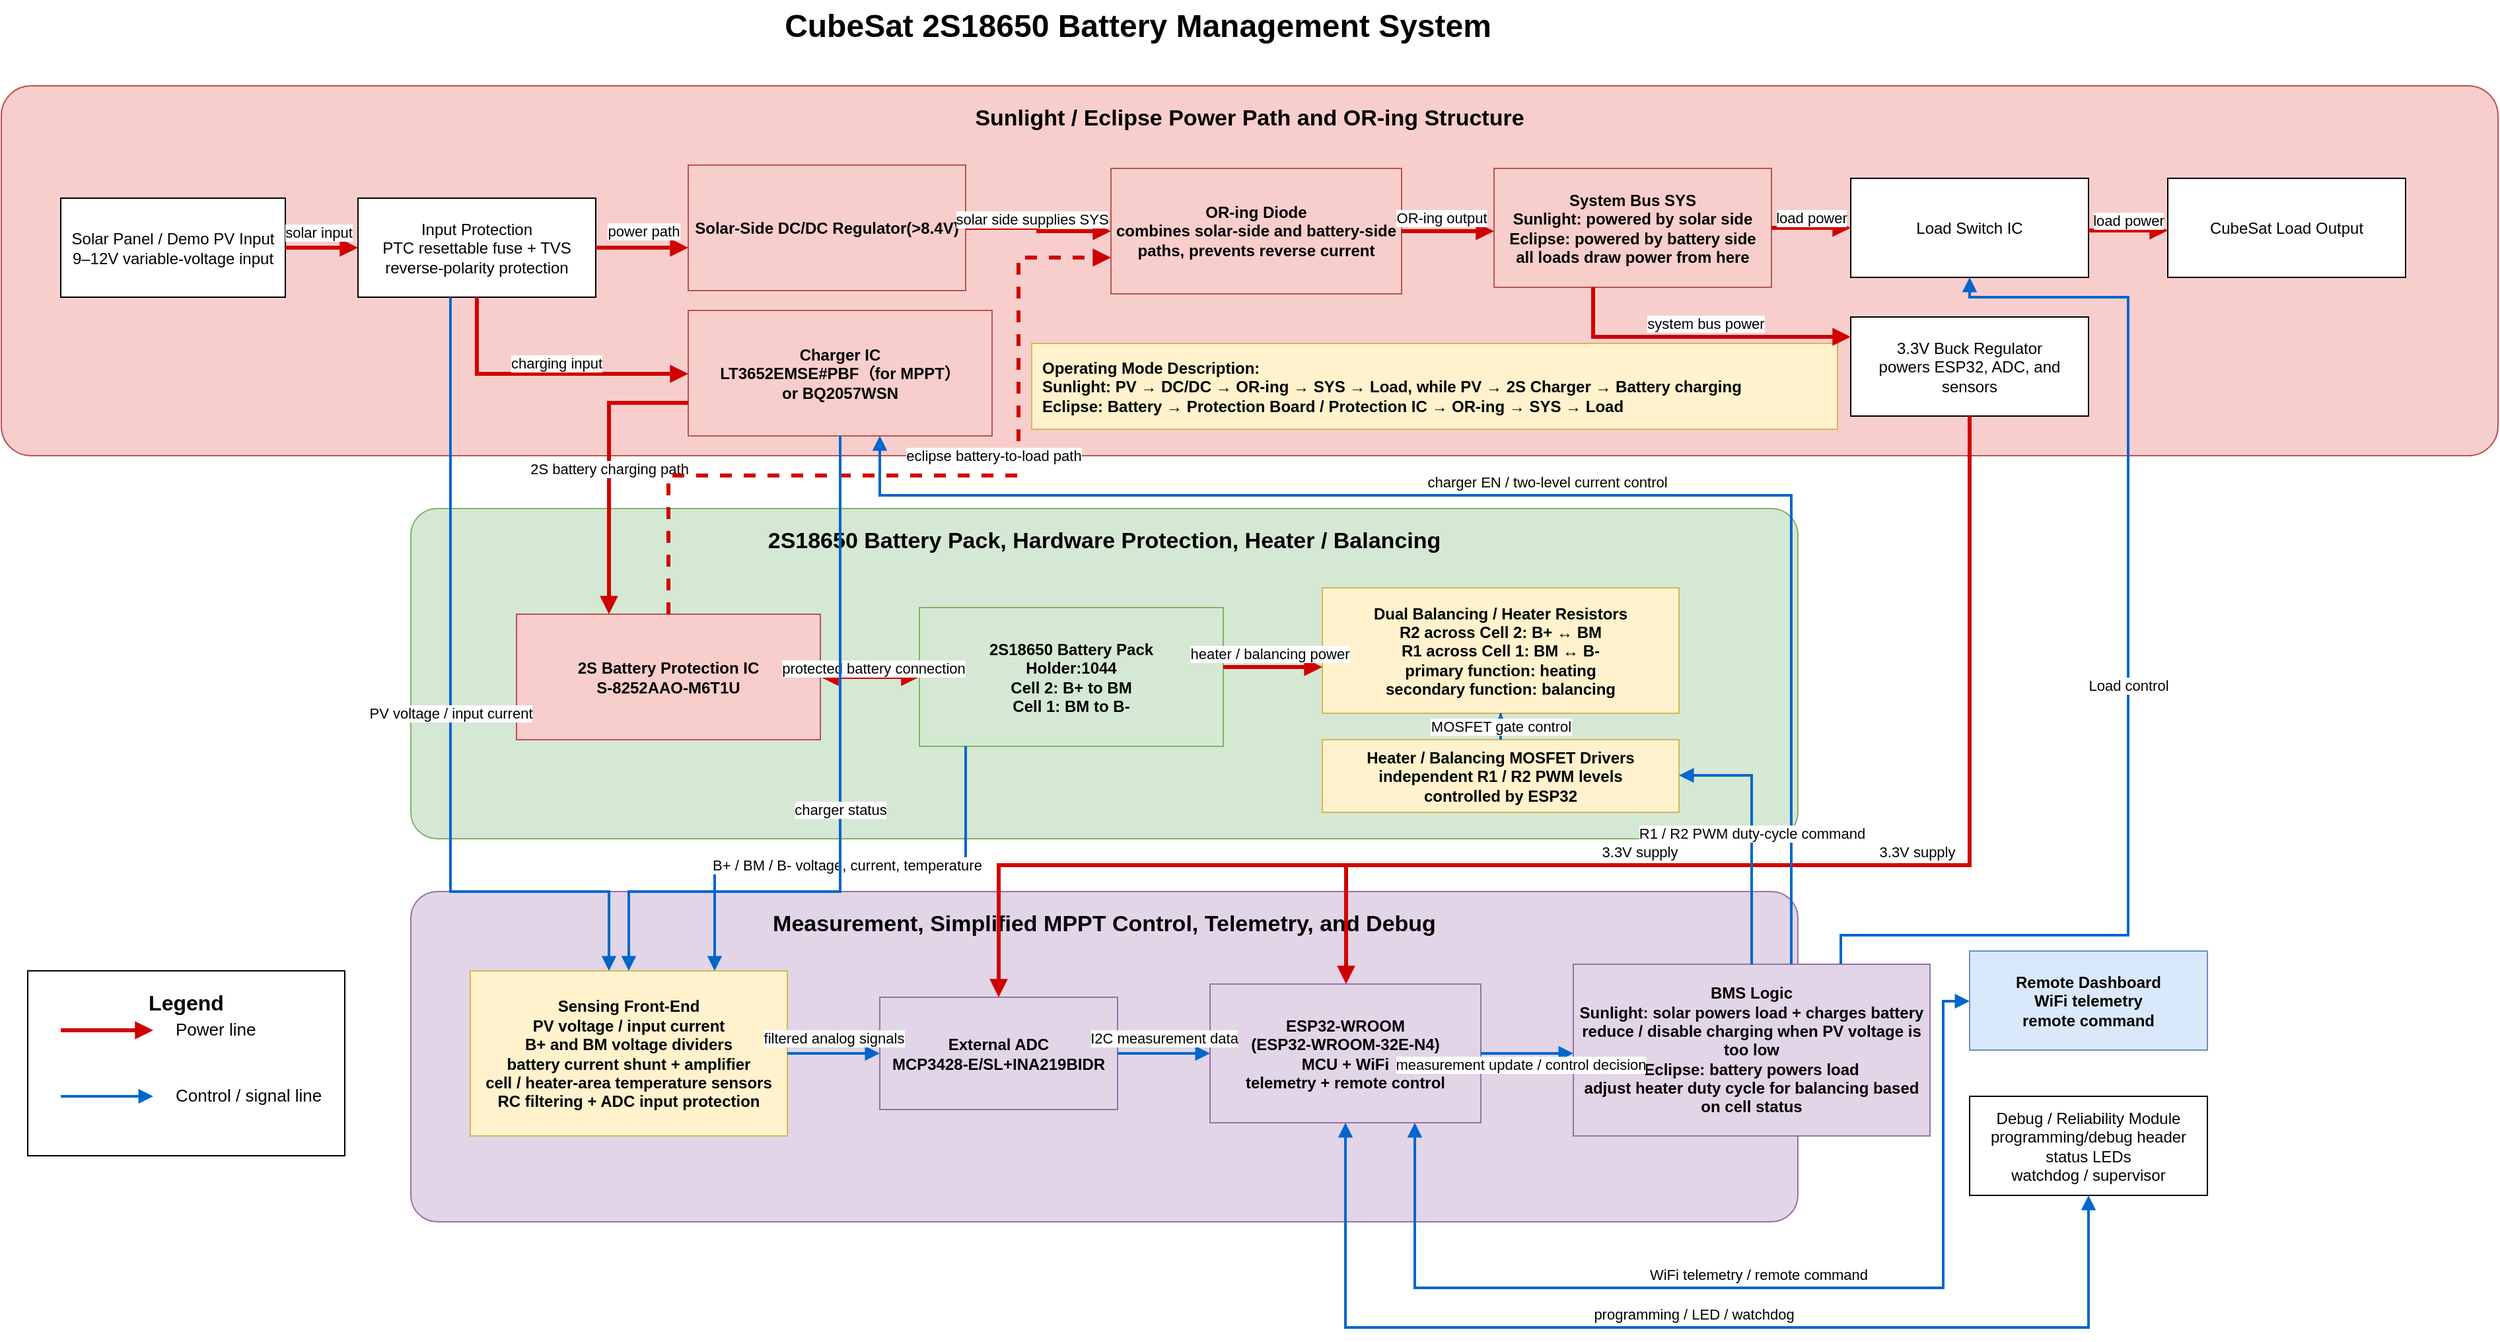
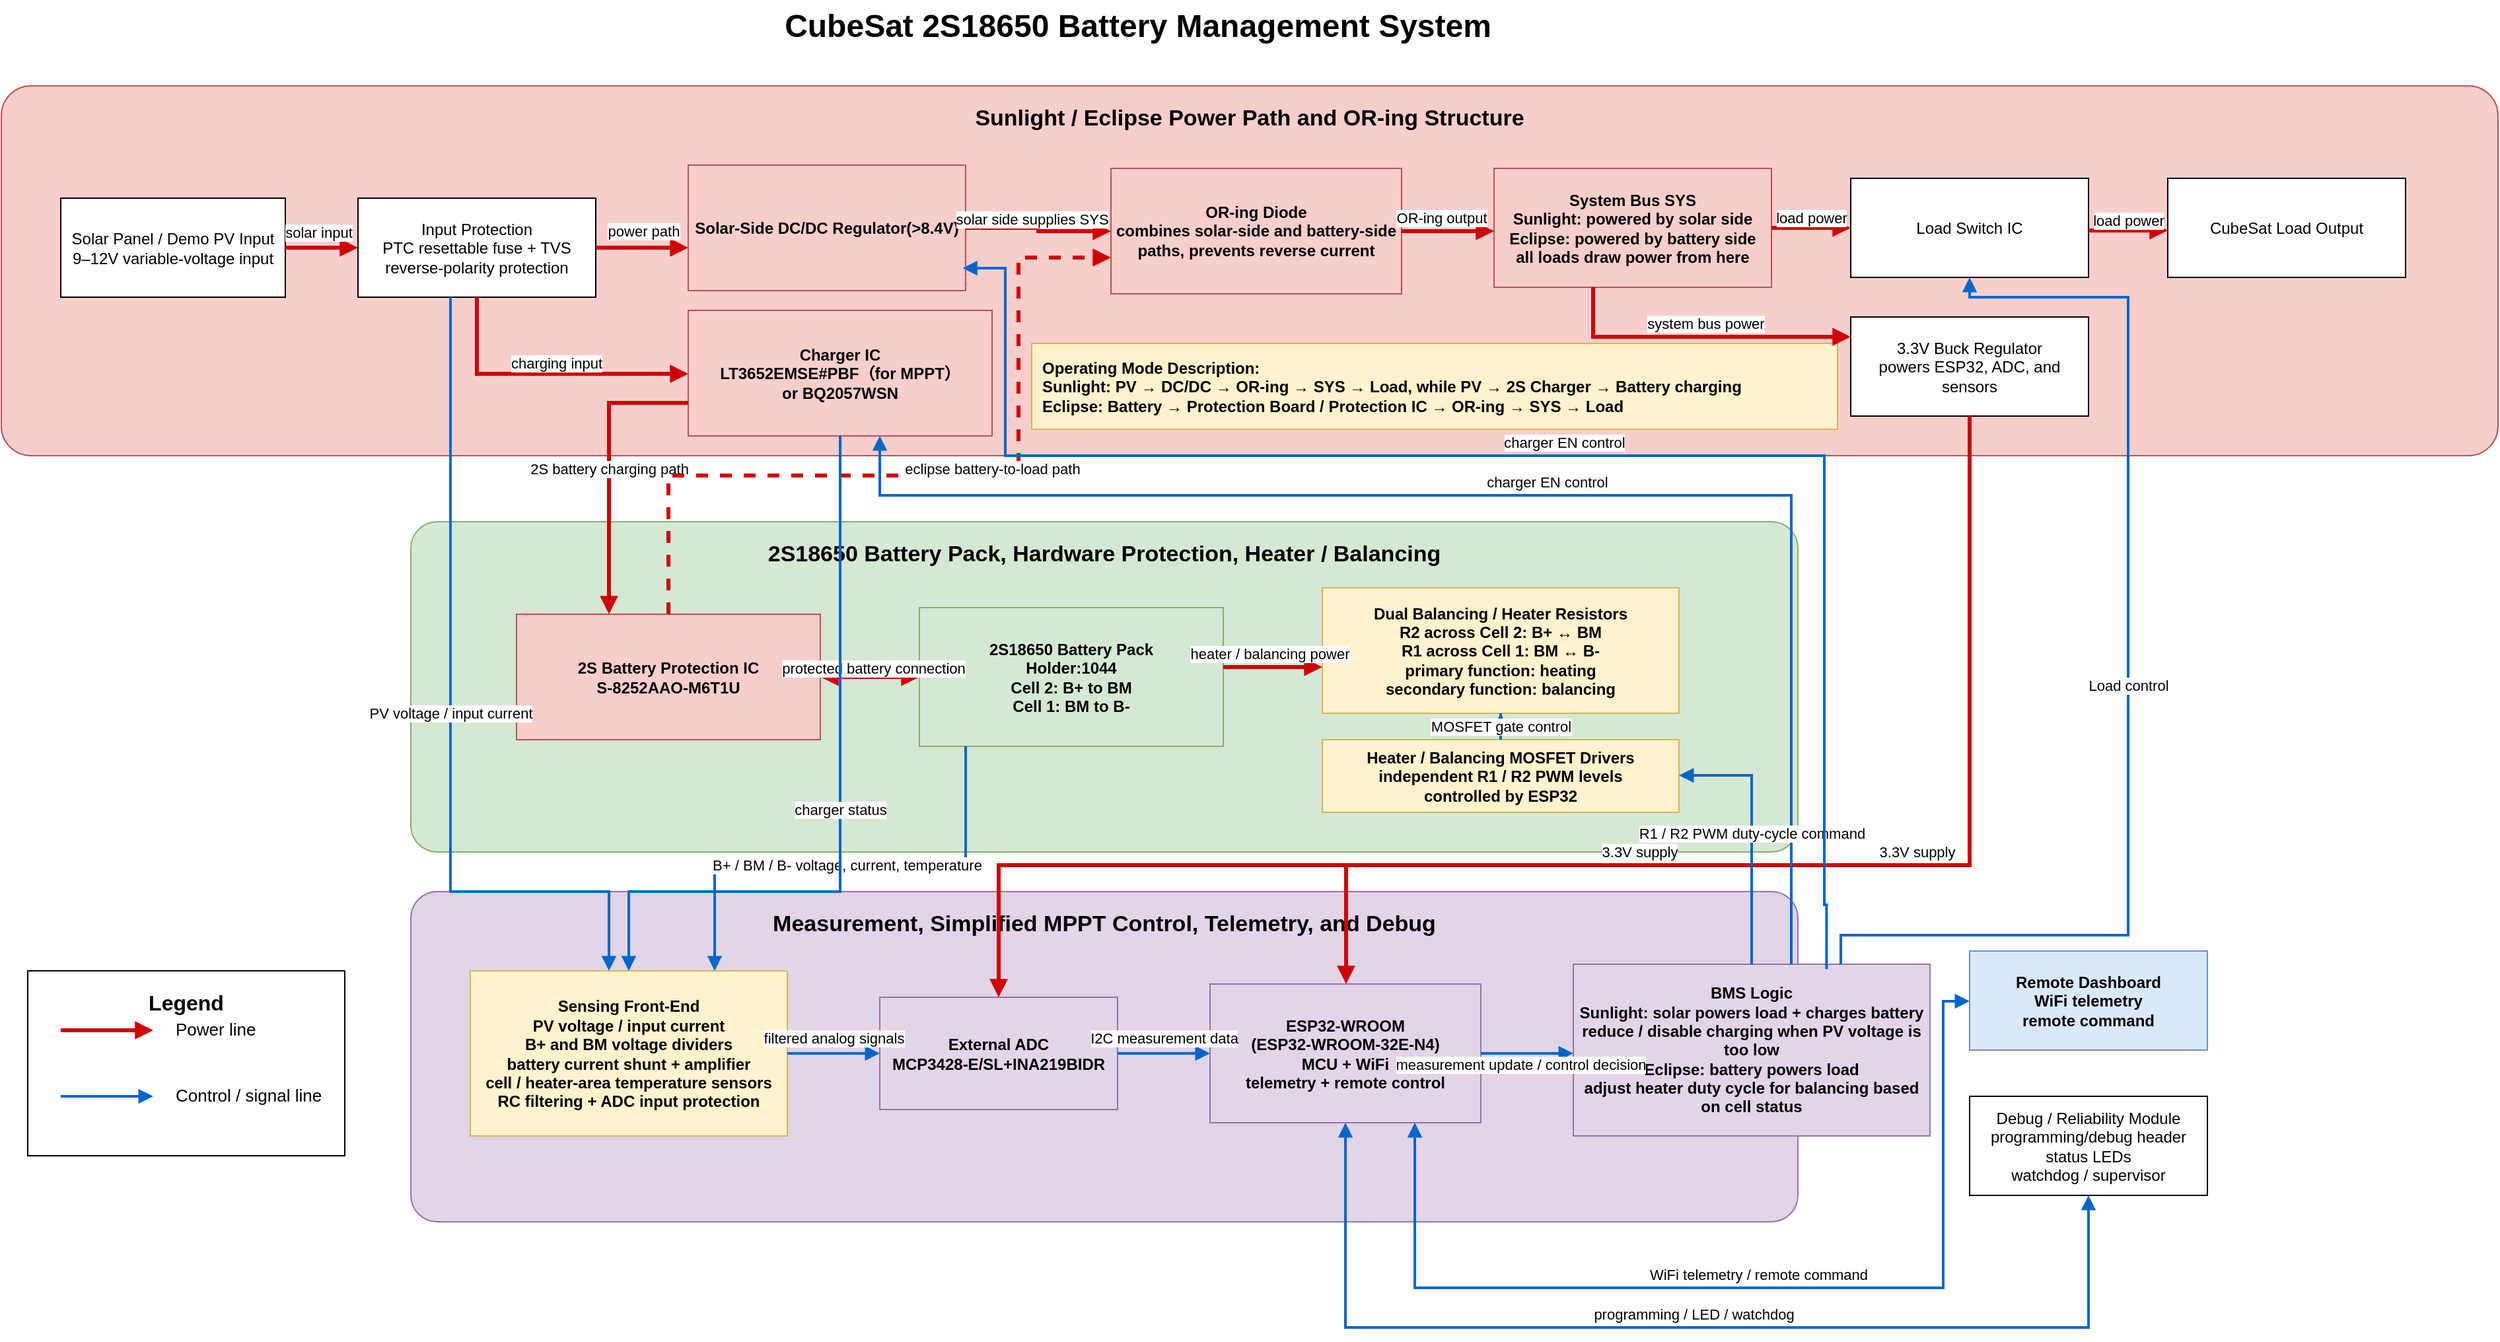
<mxfile host="app.diagrams.net">
  <diagram name="第 1 页" id="mtsnZ4J5otzk8pghUDI_">
    <mxGraphModel dx="1155" dy="720" grid="1" gridSize="10" guides="1" tooltips="1" connect="1" arrows="1" fold="1" page="1" pageScale="1" pageWidth="1800" pageHeight="1050" math="0" shadow="0">
      <root>
        <mxCell id="0" />
        <mxCell id="1" parent="0" />
        <mxCell id="title" parent="1" style="text;html=1;strokeColor=none;fillColor=none;align=center;verticalAlign=middle;fontSize=24;fontStyle=1" value="CubeSat 2S18650 Battery Management System" vertex="1">
          <mxGeometry height="40" width="1380" x="210" y="25" as="geometry" />
        </mxCell>
        <mxCell id="box_power" parent="1" style="rounded=1;whiteSpace=wrap;html=1;container=1;collapsible=0;recursiveResize=0;arcSize=8;fontSize=17;fontStyle=1;verticalAlign=top;spacingTop=8;fillColor=#f8cecc;strokeColor=#b85450;" value="Sunlight / Eclipse Power Path and OR-ing Structure" vertex="1">
          <mxGeometry height="280" width="1890" x="40" y="90" as="geometry" />
        </mxCell>
        <mxCell id="oring" parent="box_power" style="rounded=0;whiteSpace=wrap;html=1;fillColor=#f8cecc;strokeColor=#b85450;fontSize=12;fontStyle=1;" value="OR-ing Diode&lt;br&gt;combines solar-side and battery-side paths, prevents reverse current" vertex="1">
          <mxGeometry height="95" width="220" x="840" y="62.5" as="geometry" />
        </mxCell>
        <mxCell id="system_bus" parent="box_power" style="rounded=0;whiteSpace=wrap;html=1;fillColor=#f8cecc;strokeColor=#b85450;fontSize=12;fontStyle=1;" value="System Bus SYS&lt;br&gt;Sunlight: powered by solar side&lt;br&gt;Eclipse: powered by battery side&lt;br&gt;all loads draw power from here" vertex="1">
          <mxGeometry height="90" width="210" x="1130" y="62.5" as="geometry" />
        </mxCell>
        <mxCell id="p_oring_to_bus" edge="1" parent="box_power" source="oring" style="edgeStyle=orthogonalEdgeStyle;rounded=0;orthogonalLoop=1;jettySize=auto;endArrow=block;html=1;strokeWidth=3;strokeColor=#d00000;fontSize=11;" target="system_bus" value="OR-ing output">
          <mxGeometry relative="1" x="-0.1429" y="10" as="geometry">
            <mxPoint as="offset" />
            <Array as="points">
              <mxPoint x="1110" y="110" />
              <mxPoint x="1110" y="110" />
            </Array>
          </mxGeometry>
        </mxCell>
        <mxCell id="load" parent="box_power" style="rounded=0;whiteSpace=wrap;html=1;fillColor=#ffffff;strokeColor=#000000;fontSize=12;" value="Load Switch IC" vertex="1">
          <mxGeometry height="75" width="180" x="1400" y="70" as="geometry" />
        </mxCell>
        <mxCell id="p_bus_to_load" edge="1" parent="box_power" source="system_bus" style="edgeStyle=orthogonalEdgeStyle;rounded=0;orthogonalLoop=1;jettySize=auto;endArrow=block;html=1;strokeWidth=3;strokeColor=#d00000;fontSize=11;" target="load" value="load power">
          <mxGeometry relative="1" x="0.0067" y="8" as="geometry">
            <mxPoint as="offset" />
            <Array as="points">
              <mxPoint x="1370" y="108" />
              <mxPoint x="1370" y="108" />
            </Array>
          </mxGeometry>
        </mxCell>
        <mxCell id="vB4gOoja8xux1XnVtfFI-2" parent="box_power" style="rounded=0;whiteSpace=wrap;html=1;fillColor=#ffffff;strokeColor=#000000;fontSize=12;" value="CubeSat Load Output" vertex="1">
          <mxGeometry height="75" width="180" x="1640" y="70" as="geometry" />
        </mxCell>
        <mxCell id="vB4gOoja8xux1XnVtfFI-4" edge="1" parent="box_power" style="edgeStyle=orthogonalEdgeStyle;rounded=0;orthogonalLoop=1;jettySize=auto;endArrow=block;html=1;strokeWidth=3;strokeColor=#d00000;fontSize=11;" value="load power">
          <mxGeometry relative="1" x="0.0067" y="8" as="geometry">
            <mxPoint as="offset" />
            <Array as="points">
              <mxPoint x="1610" y="109.5" />
              <mxPoint x="1610" y="109.5" />
            </Array>
            <mxPoint x="1580" y="109.5" as="sourcePoint" />
            <mxPoint x="1640" y="109.5" as="targetPoint" />
          </mxGeometry>
        </mxCell>
        <mxCell id="box_battery" parent="1" style="rounded=1;whiteSpace=wrap;html=1;container=1;collapsible=0;recursiveResize=0;arcSize=8;fontSize=17;fontStyle=1;verticalAlign=top;spacingTop=8;fillColor=#d5e8d4;strokeColor=#82b366;" value="2S18650 Battery Pack, Hardware Protection, Heater / Balancing" vertex="1">
-           <mxGeometry height="250" width="1050" x="350" y="410" as="geometry" />
+           <mxGeometry height="250" width="1050" x="350" y="420" as="geometry" />
        </mxCell>
        <mxCell id="box_control" parent="1" style="rounded=1;whiteSpace=wrap;html=1;container=1;collapsible=0;recursiveResize=0;arcSize=8;fontSize=17;fontStyle=1;verticalAlign=top;spacingTop=8;fillColor=#e1d5e7;strokeColor=#9673a6;" value="Measurement, Simplified MPPT Control, Telemetry, and Debug" vertex="1">
          <mxGeometry height="250" width="1050" x="350" y="700" as="geometry" />
        </mxCell>
        <mxCell id="legend" parent="1" style="rounded=0;whiteSpace=wrap;html=1;fillColor=#ffffff;strokeColor=#000000;fontSize=16;fontStyle=1;verticalAlign=top;spacingTop=8;" value="Legend" vertex="1">
          <mxGeometry height="140" width="240" x="60" y="760" as="geometry" />
        </mxCell>
        <mxCell id="solar" parent="1" style="rounded=0;whiteSpace=wrap;html=1;fillColor=#ffffff;strokeColor=#000000;fontSize=12;" value="Solar Panel / Demo PV Input&lt;br&gt;9–12V variable-voltage input" vertex="1">
          <mxGeometry height="75" width="170" x="85" y="175" as="geometry" />
        </mxCell>
        <mxCell id="input_protection" parent="1" style="rounded=0;whiteSpace=wrap;html=1;fillColor=#ffffff;strokeColor=#000000;fontSize=12;" value="Input Protection&lt;br&gt;PTC resettable fuse + TVS&lt;br&gt;reverse-polarity protection" vertex="1">
          <mxGeometry height="75" width="180" x="310" y="175" as="geometry" />
        </mxCell>
        <mxCell id="solar_bus_reg" parent="1" style="rounded=0;whiteSpace=wrap;html=1;fillColor=#f8cecc;strokeColor=#b85450;fontSize=12;fontStyle=1;" value="Solar-Side DC/DC Regulator(&amp;gt;8.4V)" vertex="1">
          <mxGeometry height="95" width="210" x="560" y="150" as="geometry" />
        </mxCell>
        <mxCell id="solar_charger" parent="1" style="rounded=0;whiteSpace=wrap;html=1;fillColor=#f8cecc;strokeColor=#b85450;fontSize=12;fontStyle=1;" value="Charger IC&lt;br&gt;LT3652EMSE#PBF（for MPPT）&lt;br&gt;or BQ2057WSN" vertex="1">
          <mxGeometry height="95" width="230" x="560" y="260" as="geometry" />
        </mxCell>
        <mxCell id="regulator" parent="1" style="rounded=0;whiteSpace=wrap;html=1;fillColor=#ffffff;strokeColor=#000000;fontSize=12;" value="3.3V Buck Regulator&lt;br&gt;powers ESP32, ADC, and sensors" vertex="1">
          <mxGeometry height="75" width="180" x="1440" y="265" as="geometry" />
        </mxCell>
        <mxCell id="mode_note" parent="1" style="rounded=0;whiteSpace=wrap;html=1;fillColor=#fff2cc;strokeColor=#d6b656;fontSize=12;fontStyle=1;align=left;spacing=8;" value="Operating Mode Description:&lt;br&gt;Sunlight: PV → DC/DC → OR-ing → SYS → Load, while PV → 2S Charger → Battery charging&lt;br&gt;Eclipse: Battery → Protection Board / Protection IC → OR-ing → SYS → Load" vertex="1">
          <mxGeometry height="65" width="610" x="820" y="285" as="geometry" />
        </mxCell>
        <mxCell id="protection" parent="1" style="rounded=0;whiteSpace=wrap;html=1;fillColor=#f8cecc;strokeColor=#b85450;fontSize=12;fontStyle=1;" value="2S Battery Protection IC&lt;br&gt;&lt;div&gt;S-8252AAO-M6T1U&lt;/div&gt;" vertex="1">
          <mxGeometry height="95" width="230" x="430" y="490" as="geometry" />
        </mxCell>
        <mxCell id="battery" parent="1" style="rounded=0;whiteSpace=wrap;html=1;fillColor=#d5e8d4;strokeColor=#82b366;fontSize=12;fontStyle=1;" value="2S18650 Battery Pack&lt;div&gt;Holder:1044&lt;br&gt;Cell 2: B+ to BM&lt;br&gt;Cell 1: BM to B-&lt;/div&gt;" vertex="1">
          <mxGeometry height="105" width="230" x="735" y="485" as="geometry" />
        </mxCell>
        <mxCell id="heater_resistors" parent="1" style="rounded=0;whiteSpace=wrap;html=1;fillColor=#fff2cc;strokeColor=#d6b656;fontSize=12;fontStyle=1;" value="Dual Balancing / Heater Resistors&lt;br&gt;R2 across Cell 2: B+ ↔ BM&lt;br&gt;R1 across Cell 1: BM ↔ B-&lt;br&gt;primary function: heating&lt;br&gt;secondary function: balancing" vertex="1">
          <mxGeometry height="95" width="270" x="1040" y="470" as="geometry" />
        </mxCell>
        <mxCell id="heater_driver" parent="1" style="rounded=0;whiteSpace=wrap;html=1;fillColor=#fff2cc;strokeColor=#d6b656;fontSize=12;fontStyle=1;" value="Heater / Balancing MOSFET Drivers&lt;br&gt;independent R1 / R2 PWM levels&lt;br&gt;controlled by ESP32" vertex="1">
          <mxGeometry height="55" width="270" x="1040" y="585" as="geometry" />
        </mxCell>
        <mxCell id="sensing" parent="1" style="rounded=0;whiteSpace=wrap;html=1;fillColor=#fff2cc;strokeColor=#d6b656;fontSize=12;fontStyle=1;" value="Sensing Front-End&lt;br&gt;PV voltage / input current&lt;br&gt;B+ and BM voltage dividers&lt;br&gt;battery current shunt + amplifier&lt;br&gt;cell / heater-area temperature sensors&lt;br&gt;RC filtering + ADC input protection" vertex="1">
          <mxGeometry height="125" width="240" x="395" y="760" as="geometry" />
        </mxCell>
        <mxCell id="adc" parent="1" style="rounded=0;whiteSpace=wrap;html=1;fillColor=#e1d5e7;strokeColor=#9673a6;fontSize=12;fontStyle=1;" value="External ADC&lt;br&gt;MCP3428-E/SL&lt;span style=&quot;background-color: transparent; color: light-dark(rgb(0, 0, 0), rgb(255, 255, 255));&quot;&gt;+&lt;/span&gt;&lt;span style=&quot;background-color: transparent; color: light-dark(rgb(0, 0, 0), rgb(255, 255, 255));&quot;&gt;INA219BIDR&lt;/span&gt;" vertex="1">
          <mxGeometry height="85" width="180" x="705" y="780" as="geometry" />
        </mxCell>
        <mxCell id="esp32" parent="1" style="rounded=0;whiteSpace=wrap;html=1;fillColor=#e1d5e7;strokeColor=#9673a6;fontSize=12;fontStyle=1;" value="ESP32-WROOM&lt;br&gt;(ESP32-WROOM-32E-N4)&lt;br&gt;MCU + WiFi&lt;br&gt;telemetry + remote control" vertex="1">
          <mxGeometry height="105" width="205" x="955" y="770" as="geometry" />
        </mxCell>
        <mxCell id="firmware" parent="1" style="rounded=0;whiteSpace=wrap;html=1;fillColor=#e1d5e7;strokeColor=#9673a6;fontSize=12;fontStyle=1;" value="BMS Logic&lt;br&gt;Sunlight: solar powers load + charges battery&lt;br&gt;reduce / disable charging when PV voltage is too low&lt;br&gt;Eclipse: battery powers load&lt;br&gt;adjust heater duty cycle for balancing based on cell status" vertex="1">
          <mxGeometry height="130" width="270" x="1230" y="755" as="geometry" />
        </mxCell>
        <mxCell id="remote" parent="1" style="rounded=0;whiteSpace=wrap;html=1;fillColor=#dae8fc;strokeColor=#6c8ebf;fontSize=12;fontStyle=1;" value="Remote Dashboard&lt;br&gt;WiFi telemetry&lt;br&gt;remote command" vertex="1">
          <mxGeometry height="75" width="180" x="1530" y="745" as="geometry" />
        </mxCell>
        <mxCell id="debug" parent="1" style="rounded=0;whiteSpace=wrap;html=1;fillColor=#ffffff;strokeColor=#000000;fontSize=12;" value="Debug / Reliability Module&lt;br&gt;programming/debug header&lt;br&gt;status LEDs&lt;br&gt;watchdog / supervisor" vertex="1">
          <mxGeometry height="75" width="180" x="1530" y="855" as="geometry" />
        </mxCell>
        <mxCell id="legend_power_line" edge="1" parent="1" style="endArrow=block;html=1;rounded=0;strokeWidth=3;strokeColor=#d00000;" value="">
          <mxGeometry relative="1" as="geometry">
            <mxPoint x="85" y="805" as="sourcePoint" />
            <mxPoint x="155" y="805" as="targetPoint" />
          </mxGeometry>
        </mxCell>
        <mxCell id="legend_power_text" parent="1" style="text;html=1;strokeColor=none;fillColor=none;fontSize=13;" value="Power line" vertex="1">
          <mxGeometry height="30" width="110" x="170" y="790" as="geometry" />
        </mxCell>
        <mxCell id="legend_signal_line" edge="1" parent="1" style="endArrow=block;html=1;rounded=0;strokeWidth=2;strokeColor=#0066cc;" value="">
          <mxGeometry relative="1" as="geometry">
            <mxPoint x="85" y="855" as="sourcePoint" />
            <mxPoint x="155" y="855" as="targetPoint" />
          </mxGeometry>
        </mxCell>
        <mxCell id="legend_signal_text" parent="1" style="text;html=1;strokeColor=none;fillColor=none;fontSize=13;" value="Control / signal line" vertex="1">
          <mxGeometry height="30" width="130" x="170" y="840" as="geometry" />
        </mxCell>
        <mxCell id="p_solar_to_input" edge="1" parent="1" source="solar" style="edgeStyle=orthogonalEdgeStyle;rounded=0;orthogonalLoop=1;jettySize=auto;endArrow=block;html=1;strokeWidth=3;strokeColor=#d00000;fontSize=11;" target="input_protection" value="solar input">
          <mxGeometry relative="1" x="-0.0909" y="13" as="geometry">
            <mxPoint y="1" as="offset" />
          </mxGeometry>
        </mxCell>
        <mxCell id="p_input_to_solar_bus_reg" edge="1" parent="1" source="input_protection" style="edgeStyle=orthogonalEdgeStyle;rounded=0;orthogonalLoop=1;jettySize=auto;endArrow=block;html=1;strokeWidth=3;strokeColor=#d00000;fontSize=11;" target="solar_bus_reg" value="power path">
          <mxGeometry relative="1" x="0.0348" y="13" as="geometry">
            <mxPoint as="offset" />
            <Array as="points">
              <mxPoint x="550" y="212" />
              <mxPoint x="550" y="212" />
            </Array>
          </mxGeometry>
        </mxCell>
        <mxCell id="p_input_to_charger" edge="1" parent="1" source="input_protection" style="edgeStyle=orthogonalEdgeStyle;rounded=0;orthogonalLoop=1;jettySize=auto;endArrow=block;html=1;strokeWidth=3;strokeColor=#d00000;fontSize=11;" target="solar_charger" value="charging input">
          <mxGeometry relative="1" x="0.0828" y="8" as="geometry">
            <mxPoint as="offset" />
            <Array as="points">
              <mxPoint x="400" y="308" />
            </Array>
          </mxGeometry>
        </mxCell>
        <mxCell id="p_solar_bus_reg_to_oring" edge="1" parent="1" source="solar_bus_reg" style="edgeStyle=orthogonalEdgeStyle;rounded=0;orthogonalLoop=1;jettySize=auto;endArrow=block;html=1;strokeWidth=3;strokeColor=#d00000;fontSize=11;" target="oring" value="solar side supplies SYS">
          <mxGeometry relative="1" x="-0.1111" y="8" as="geometry">
            <mxPoint y="1" as="offset" />
          </mxGeometry>
        </mxCell>
        <mxCell id="p_bus_to_reg" edge="1" parent="1" source="system_bus" style="edgeStyle=orthogonalEdgeStyle;rounded=0;orthogonalLoop=1;jettySize=auto;endArrow=block;html=1;strokeWidth=3;strokeColor=#d00000;fontSize=11;" target="regulator" value="system bus power">
          <mxGeometry relative="1" x="0.0517" y="10" as="geometry">
            <mxPoint as="offset" />
            <Array as="points">
              <mxPoint x="1245" y="280" />
            </Array>
          </mxGeometry>
        </mxCell>
        <mxCell id="p_reg_to_esp" edge="1" parent="1" source="regulator" style="edgeStyle=orthogonalEdgeStyle;rounded=0;orthogonalLoop=1;jettySize=auto;endArrow=block;html=1;strokeWidth=3;strokeColor=#d00000;fontSize=11;" target="esp32" value="3.3V supply">
          <mxGeometry relative="1" x="-0.1575" y="-10" as="geometry">
            <mxPoint as="offset" />
            <Array as="points">
              <mxPoint x="1530" y="680" />
              <mxPoint x="1058" y="680" />
            </Array>
          </mxGeometry>
        </mxCell>
        <mxCell id="p_reg_to_adc" edge="1" parent="1" source="regulator" style="edgeStyle=orthogonalEdgeStyle;rounded=0;orthogonalLoop=1;jettySize=auto;endArrow=block;html=1;strokeWidth=3;strokeColor=#d00000;fontSize=11;" target="adc" value="3.3V supply">
          <mxGeometry relative="1" x="0.0042" y="-10" as="geometry">
            <mxPoint as="offset" />
            <Array as="points">
              <mxPoint x="1530" y="680" />
              <mxPoint x="795" y="680" />
            </Array>
          </mxGeometry>
        </mxCell>
        <mxCell id="p_charger_to_protection" edge="1" parent="1" source="solar_charger" style="edgeStyle=orthogonalEdgeStyle;rounded=0;orthogonalLoop=1;jettySize=auto;endArrow=block;html=1;strokeWidth=3;strokeColor=#d00000;fontSize=11;" target="protection" value="2S battery charging path">
          <mxGeometry relative="1" as="geometry">
            <Array as="points">
              <mxPoint x="500" y="330" />
            </Array>
          </mxGeometry>
        </mxCell>
        <mxCell id="p_protection_to_battery" edge="1" parent="1" source="protection" style="edgeStyle=orthogonalEdgeStyle;rounded=0;orthogonalLoop=1;jettySize=auto;startArrow=block;endArrow=block;html=1;strokeWidth=3;strokeColor=#d00000;fontSize=11;" target="battery" value="protected battery connection">
          <mxGeometry relative="1" x="0.0667" y="8" as="geometry">
            <mxPoint y="1" as="offset" />
          </mxGeometry>
        </mxCell>
        <mxCell id="p_protection_to_oring" edge="1" parent="1" source="protection" style="edgeStyle=orthogonalEdgeStyle;rounded=0;orthogonalLoop=1;jettySize=auto;endArrow=block;html=1;strokeWidth=3;strokeColor=#d00000;fontSize=11;dashed=1;" target="oring" value="eclipse battery-to-load path">
-           <mxGeometry relative="1" x="0.1579" y="15" as="geometry">
+           <mxGeometry relative="1" x="0.157" y="5" as="geometry">
            <mxPoint as="offset" />
            <Array as="points">
              <mxPoint x="545" y="385" />
              <mxPoint x="810" y="385" />
              <mxPoint x="810" y="220" />
            </Array>
          </mxGeometry>
        </mxCell>
        <mxCell id="p_battery_to_heater" edge="1" parent="1" source="battery" style="edgeStyle=orthogonalEdgeStyle;rounded=0;orthogonalLoop=1;jettySize=auto;endArrow=block;html=1;strokeWidth=3;strokeColor=#d00000;fontSize=11;" target="heater_resistors" value="heater / balancing power">
          <mxGeometry relative="1" x="-0.0667" y="10" as="geometry">
            <mxPoint as="offset" />
            <Array as="points">
              <mxPoint x="1030" y="530" />
              <mxPoint x="1030" y="530" />
            </Array>
          </mxGeometry>
        </mxCell>
        <mxCell id="s_battery_to_sensing" edge="1" parent="1" source="battery" style="edgeStyle=orthogonalEdgeStyle;rounded=0;orthogonalLoop=1;jettySize=auto;endArrow=block;html=1;strokeWidth=2;strokeColor=#0066cc;fontSize=11;" target="sensing" value="B+ / BM / B- voltage, current, temperature">
          <mxGeometry relative="1" as="geometry">
            <Array as="points">
              <mxPoint x="770" y="680" />
              <mxPoint x="580" y="680" />
            </Array>
          </mxGeometry>
        </mxCell>
        <mxCell id="s_pv_to_sensing" edge="1" parent="1" source="input_protection" style="edgeStyle=orthogonalEdgeStyle;rounded=0;orthogonalLoop=1;jettySize=auto;endArrow=block;html=1;strokeWidth=2;strokeColor=#0066cc;fontSize=11;" target="sensing" value="PV voltage / input current">
          <mxGeometry relative="1" as="geometry">
            <Array as="points">
              <mxPoint x="380" y="700" />
              <mxPoint x="500" y="700" />
            </Array>
          </mxGeometry>
        </mxCell>
        <mxCell id="s_charger_to_sensing" edge="1" parent="1" source="solar_charger" style="edgeStyle=orthogonalEdgeStyle;rounded=0;orthogonalLoop=1;jettySize=auto;endArrow=block;html=1;strokeWidth=2;strokeColor=#0066cc;fontSize=11;" target="sensing" value="charger status">
          <mxGeometry relative="1" as="geometry">
            <Array as="points">
              <mxPoint x="675" y="700" />
              <mxPoint x="515" y="700" />
            </Array>
          </mxGeometry>
        </mxCell>
        <mxCell id="s_sensing_to_adc" edge="1" parent="1" source="sensing" style="edgeStyle=orthogonalEdgeStyle;rounded=0;orthogonalLoop=1;jettySize=auto;endArrow=block;html=1;strokeWidth=2;strokeColor=#0066cc;fontSize=11;" target="adc" value="filtered analog signals">
          <mxGeometry relative="1" y="13" as="geometry">
            <mxPoint y="1" as="offset" />
          </mxGeometry>
        </mxCell>
        <mxCell id="s_adc_to_esp" edge="1" parent="1" source="adc" style="edgeStyle=orthogonalEdgeStyle;rounded=0;orthogonalLoop=1;jettySize=auto;endArrow=block;html=1;strokeWidth=2;strokeColor=#0066cc;fontSize=11;" target="esp32" value="I2C measurement data">
          <mxGeometry relative="1" y="13" as="geometry">
            <mxPoint y="1" as="offset" />
          </mxGeometry>
        </mxCell>
        <mxCell id="s_esp_to_firmware" edge="1" parent="1" source="esp32" style="edgeStyle=orthogonalEdgeStyle;rounded=0;orthogonalLoop=1;jettySize=auto;endArrow=block;html=1;strokeWidth=2;strokeColor=#0066cc;fontSize=11;" target="firmware" value="measurement update / control decision">
          <mxGeometry relative="1" x="-0.1429" y="-8" as="geometry">
            <mxPoint as="offset" />
            <Array as="points">
              <mxPoint x="1210" y="822" />
              <mxPoint x="1210" y="822" />
            </Array>
          </mxGeometry>
        </mxCell>
-         <mxCell id="s_firmware_to_charger" edge="1" parent="1" style="edgeStyle=orthogonalEdgeStyle;rounded=0;orthogonalLoop=1;jettySize=auto;endArrow=block;html=1;strokeWidth=2;strokeColor=#0066cc;fontSize=11;" value="charger EN / two-level current control">
-           <mxGeometry relative="1" x="-0.009" y="-10" as="geometry">
+         <mxCell id="s_firmware_to_charger" edge="1" parent="1" style="edgeStyle=orthogonalEdgeStyle;rounded=0;orthogonalLoop=1;jettySize=auto;endArrow=block;html=1;strokeWidth=2;strokeColor=#0066cc;fontSize=11;" value="charger EN control">
+           <mxGeometry relative="1" x="-0.0092" y="-10" as="geometry">
            <mxPoint as="offset" />
            <Array as="points">
              <mxPoint x="1394.96" y="400" />
              <mxPoint x="704.96" y="400" />
            </Array>
            <mxPoint x="1395.00347826087" y="755" as="sourcePoint" />
            <mxPoint x="705.0034782608698" y="355" as="targetPoint" />
          </mxGeometry>
        </mxCell>
        <mxCell id="s_firmware_to_heater_driver" edge="1" parent="1" source="firmware" style="edgeStyle=orthogonalEdgeStyle;rounded=0;orthogonalLoop=1;jettySize=auto;endArrow=block;html=1;strokeWidth=2;strokeColor=#0066cc;fontSize=11;" target="heater_driver" value="R1 / R2 PWM duty-cycle command">
          <mxGeometry relative="1" as="geometry">
            <Array as="points">
              <mxPoint x="1365" y="612" />
            </Array>
          </mxGeometry>
        </mxCell>
        <mxCell id="s_heater_driver_to_resistors" edge="1" parent="1" source="heater_driver" style="edgeStyle=orthogonalEdgeStyle;rounded=0;orthogonalLoop=1;jettySize=auto;endArrow=block;html=1;strokeWidth=2;strokeColor=#0066cc;fontSize=11;" target="heater_resistors" value="MOSFET gate control">
          <mxGeometry relative="1" as="geometry" />
        </mxCell>
        <mxCell id="s_esp_to_remote" edge="1" parent="1" source="esp32" style="edgeStyle=orthogonalEdgeStyle;rounded=0;orthogonalLoop=1;jettySize=auto;startArrow=block;endArrow=block;html=1;strokeWidth=2;strokeColor=#0066cc;fontSize=11;" target="remote" value="WiFi telemetry / remote command">
          <mxGeometry relative="1" x="0.0105" y="10" as="geometry">
            <mxPoint as="offset" />
            <Array as="points">
              <mxPoint x="1110" y="1000" />
              <mxPoint x="1510" y="1000" />
              <mxPoint x="1510" y="783" />
            </Array>
          </mxGeometry>
        </mxCell>
        <mxCell id="s_esp_to_debug" edge="1" parent="1" source="esp32" style="edgeStyle=orthogonalEdgeStyle;rounded=0;orthogonalLoop=1;jettySize=auto;startArrow=block;endArrow=block;html=1;strokeWidth=2;strokeColor=#0066cc;fontSize=11;" target="debug" value="programming / LED / watchdog">
          <mxGeometry relative="1" x="0.0214" y="10" as="geometry">
            <mxPoint x="1" as="offset" />
            <Array as="points">
              <mxPoint x="1058" y="1030" />
              <mxPoint x="1620" y="1030" />
            </Array>
          </mxGeometry>
        </mxCell>
        <mxCell id="vB4gOoja8xux1XnVtfFI-5" edge="1" parent="1" source="firmware" style="edgeStyle=orthogonalEdgeStyle;rounded=0;orthogonalLoop=1;jettySize=auto;endArrow=block;html=1;strokeWidth=2;strokeColor=#0066cc;fontSize=11;exitX=0.75;exitY=0;exitDx=0;exitDy=0;entryX=0.5;entryY=1;entryDx=0;entryDy=0;" target="load" value="Load control">
          <mxGeometry relative="1" as="geometry">
            <Array as="points">
              <mxPoint x="1433" y="733" />
              <mxPoint x="1650" y="733" />
              <mxPoint x="1650" y="250" />
              <mxPoint x="1530" y="250" />
            </Array>
            <mxPoint x="1440" y="733" as="sourcePoint" />
            <mxPoint x="1660" y="420" as="targetPoint" />
          </mxGeometry>
        </mxCell>
+         <mxCell id="vB4gOoja8xux1XnVtfFI-6" edge="1" parent="1" source="firmware" style="edgeStyle=orthogonalEdgeStyle;rounded=0;orthogonalLoop=1;jettySize=auto;endArrow=block;html=1;strokeWidth=2;strokeColor=#0066cc;fontSize=11;exitX=0.71;exitY=0.028;exitDx=0;exitDy=0;exitPerimeter=0;entryX=0.989;entryY=0.821;entryDx=0;entryDy=0;entryPerimeter=0;" target="solar_bus_reg" value="charger EN control">
+           <mxGeometry relative="1" x="-0.0092" y="-10" as="geometry">
+             <mxPoint as="offset" />
+             <Array as="points">
+               <mxPoint x="1422" y="710" />
+               <mxPoint x="1420" y="710" />
+               <mxPoint x="1420" y="370" />
+               <mxPoint x="800" y="370" />
+               <mxPoint x="800" y="228" />
+             </Array>
+             <mxPoint x="1450.04347826087" y="710" as="sourcePoint" />
+             <mxPoint x="760.0434782608697" y="310" as="targetPoint" />
+           </mxGeometry>
+         </mxCell>
      </root>
    </mxGraphModel>
  </diagram>
</mxfile>
